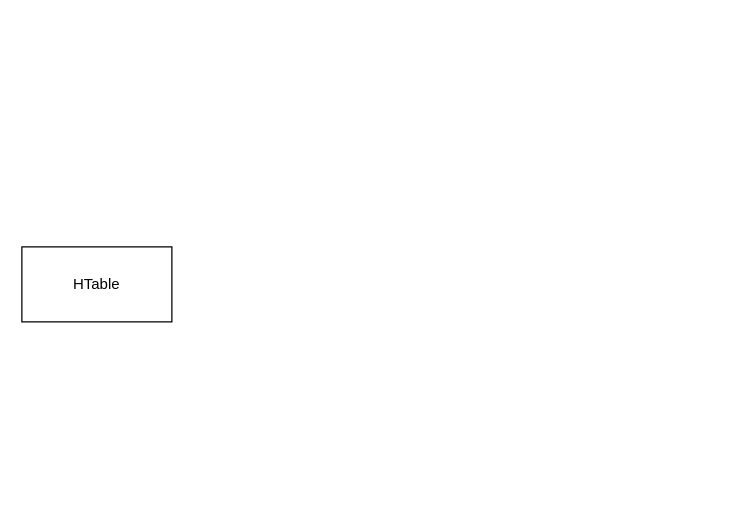
Above: HBase_Region.drawio in bluefantasy2014/draw.io (draw.io), before the change. Source tidied: cells renumbered, new cells numbered last; positions are measured from the earlier drawing's top-left corner, leaving out a move shared by most shapes. Both pictures are drawn from the tidied source at 125%, with x=0, y=0 at pixel (21, 246).
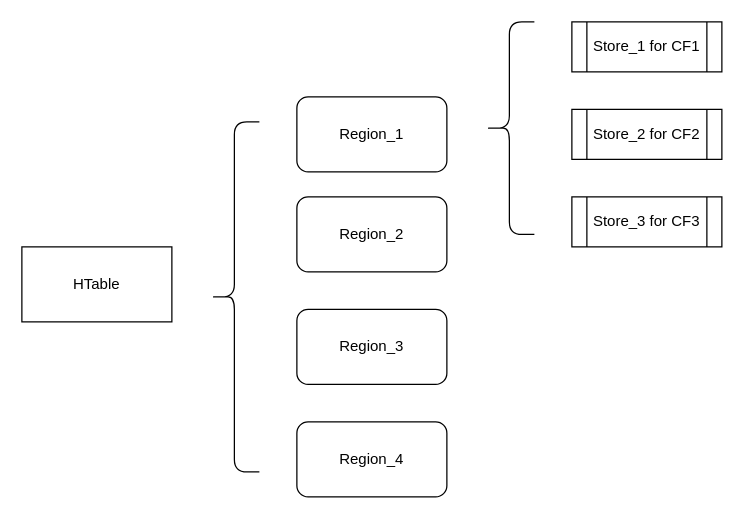
Above is the later version.

Change to the diagram source:
```diff
@@
 <mxGraphModel>
   <root>
     <mxCell id="0" />
     <mxCell id="1" parent="0" />
     <mxCell id="2" value="HTable" style="rounded=0;whiteSpace=wrap;html=1;" parent="1" vertex="1">
       <mxGeometry width="120" height="60" as="geometry" />
     </mxCell>
+    <mxCell id="3" value="Region_1" style="rounded=1;whiteSpace=wrap;html=1;" parent="1" vertex="1">
+      <mxGeometry x="220" y="-120" width="120" height="60" as="geometry" />
+    </mxCell>
+    <mxCell id="4" value="Region_2" style="rounded=1;whiteSpace=wrap;html=1;" parent="1" vertex="1">
+      <mxGeometry x="220" y="-40" width="120" height="60" as="geometry" />
+    </mxCell>
+    <mxCell id="5" value="Region_3" style="rounded=1;whiteSpace=wrap;html=1;" parent="1" vertex="1">
+      <mxGeometry x="220" y="50" width="120" height="60" as="geometry" />
+    </mxCell>
+    <mxCell id="6" value="Region_4" style="rounded=1;whiteSpace=wrap;html=1;" parent="1" vertex="1">
+      <mxGeometry x="220" y="140" width="120" height="60" as="geometry" />
+    </mxCell>
+    <mxCell id="7" style="shape=curlyBracket;whiteSpace=wrap;html=1;rounded=1;" parent="1" vertex="1">
+      <mxGeometry x="150" y="-100" width="40" height="280" as="geometry" />
+    </mxCell>
+    <mxCell id="8" value="Store_1 for CF1" style="shape=process;whiteSpace=wrap;html=1;backgroundOutline=1;" parent="1" vertex="1">
+      <mxGeometry x="440" y="-180" width="120" height="40" as="geometry" />
+    </mxCell>
+    <mxCell id="9" value="Store_2 for CF2" style="shape=process;whiteSpace=wrap;html=1;backgroundOutline=1;" parent="1" vertex="1">
+      <mxGeometry x="440" y="-110" width="120" height="40" as="geometry" />
+    </mxCell>
+    <mxCell id="10" value="Store_3 for CF3" style="shape=process;whiteSpace=wrap;html=1;backgroundOutline=1;" parent="1" vertex="1">
+      <mxGeometry x="440" y="-40" width="120" height="40" as="geometry" />
+    </mxCell>
+    <mxCell id="11" style="shape=curlyBracket;whiteSpace=wrap;html=1;rounded=1;" parent="1" vertex="1">
+      <mxGeometry x="370" y="-180" width="40" height="170" as="geometry" />
+    </mxCell>
   </root>
 </mxGraphModel>
```
